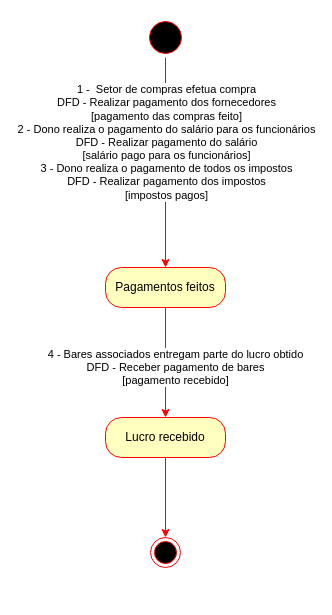
Before: docs/ARTEFATOS(15-23)/Controlar_Fluxo_De_Caixa/Ciclo_De_Vida_Controlar_Fluxo_De_CaixaDiagram.drawio in Darienzo08/ope_ads, a draw.io diagram. Source tidied: cells renumbered, new cells numbered last; positions are measured from the earlier drawing's top-left corner, leaving out a move shared by most shapes. Both pictures are drawn from the tidied source at 100%, with x=0, y=0 at pixel (105, 17).
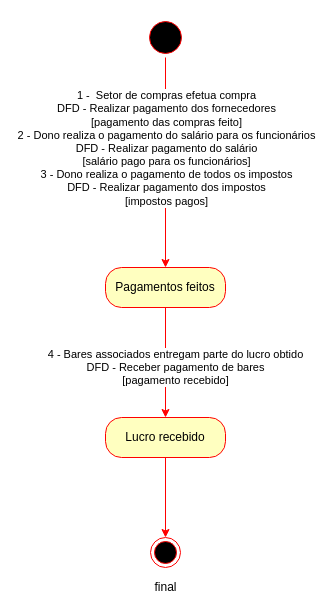
After the change.

What changed in the source:
```diff
@@
 <mxGraphModel>
   <root>
     <mxCell id="0" />
     <mxCell id="1" parent="0" />
     <mxCell id="2" style="ellipse;html=1;shape=endState;fillColor=#000000;strokeColor=#ff0000;" parent="1" vertex="1">
       <mxGeometry x="45" y="520" width="30" height="30" as="geometry" />
     </mxCell>
     <mxCell id="3" style="edgeStyle=orthogonalEdgeStyle;rounded=0;jettySize=auto;html=1;exitX=0.5;exitY=1;exitDx=0;exitDy=0;entryX=0.5;entryY=0;entryDx=0;entryDy=0;strokeColor=#FF0000;" parent="1" edge="1" source="5" target="9">
       <mxGeometry relative="1" as="geometry" />
     </mxCell>
     <mxCell id="4" value="&lt;div&gt;1 -&amp;nbsp; Setor de compras efetua compra&lt;/div&gt;&lt;div&gt;DFD - Realizar pagamento dos fornecedores&lt;/div&gt;&lt;div&gt;[pagamento das compras feito]&lt;/div&gt;&lt;div&gt;2 - Dono realiza o pagamento do salário para os funcionários&lt;/div&gt;&lt;div&gt;DFD - Realizar pagamento do salário&lt;/div&gt;&lt;div&gt;[salário pago para os funcionários]&lt;/div&gt;&lt;div&gt;3 - Dono realiza o pagamento de todos os impostos&lt;/div&gt;&lt;div&gt;DFD - Realizar pagamento dos impostos&lt;/div&gt;&lt;div&gt;[impostos pagos]&lt;/div&gt;" style="edgeLabel;html=1;align=center;verticalAlign=middle;" parent="3" vertex="1">
-      <mxGeometry x="-0.2" relative="1" as="geometry" />
+      <mxGeometry x="-0.2" relative="1" as="geometry">
+        <mxPoint y="6" as="offset" />
+      </mxGeometry>
     </mxCell>
     <mxCell id="5" style="ellipse;html=1;shape=startState;fillColor=#000000;strokeColor=#ff0000;" parent="1" vertex="1">
       <mxGeometry x="40" width="40" height="40" as="geometry" />
     </mxCell>
     <mxCell id="6" style="edgeStyle=orthogonalEdgeStyle;rounded=0;jettySize=auto;html=1;exitX=0.5;exitY=1;exitDx=0;exitDy=0;strokeColor=#FF0000;" parent="1" edge="1" source="7" target="2">
       <mxGeometry relative="1" as="geometry" />
     </mxCell>
     <mxCell id="7" value="Lucro recebido" style="rounded=1;whiteSpace=wrap;html=1;arcSize=40;fontColor=#000000;fillColor=#ffffc0;strokeColor=#ff0000;" parent="1" vertex="1">
       <mxGeometry y="400" width="120" height="40" as="geometry" />
     </mxCell>
     <mxCell id="8" value="4 - Bares associados entregam parte do lucro obtido&lt;br&gt;DFD - Receber pagamento de bares&lt;br&gt;[pagamento recebido]" style="edgeStyle=orthogonalEdgeStyle;rounded=0;jettySize=auto;html=1;exitX=0.5;exitY=1;exitDx=0;exitDy=0;strokeColor=#FF0000;" parent="1" edge="1" source="9" target="7">
       <mxGeometry x="0.09" y="10" relative="1" as="geometry">
         <Array as="points">
           <mxPoint x="60" y="340" />
           <mxPoint x="60" y="340" />
         </Array>
       </mxGeometry>
     </mxCell>
     <mxCell id="9" value="Pagamentos feitos" style="rounded=1;whiteSpace=wrap;html=1;arcSize=40;fontColor=#000000;fillColor=#ffffc0;strokeColor=#ff0000;" parent="1" vertex="1">
       <mxGeometry y="250" width="120" height="40" as="geometry" />
     </mxCell>
+    <mxCell id="10" value="final" style="text;html=1;align=center;verticalAlign=middle;" parent="1" vertex="1">
+      <mxGeometry x="40" y="560" width="40" height="20" as="geometry" />
+    </mxCell>
   </root>
 </mxGraphModel>
```
